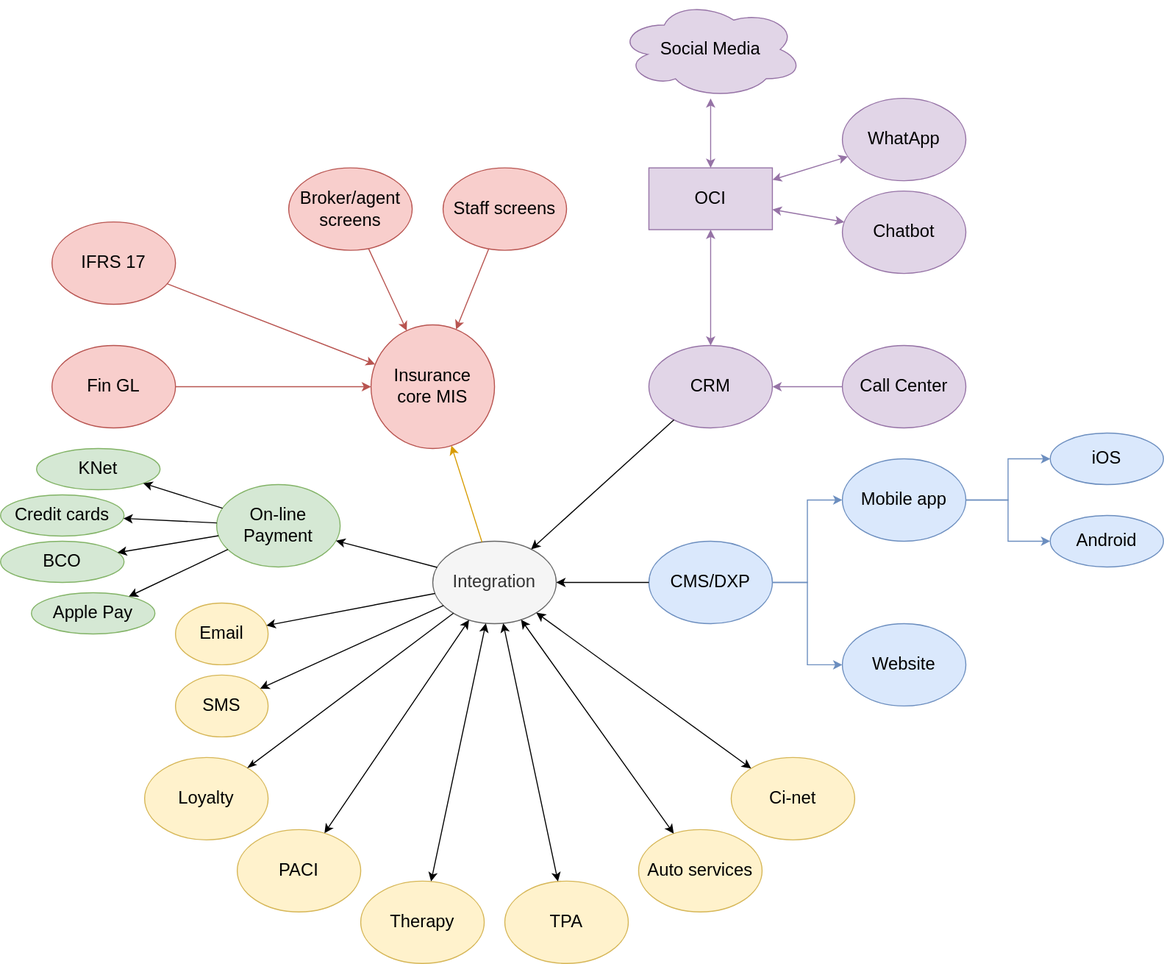
Earlier version of the draw.io export Astra Components(3).drawio.svg (computerchi/athome). Source tidied: cells renumbered, new cells last; positions are measured from the earlier drawing's top-left corner, leaving out a move shared by most shapes.
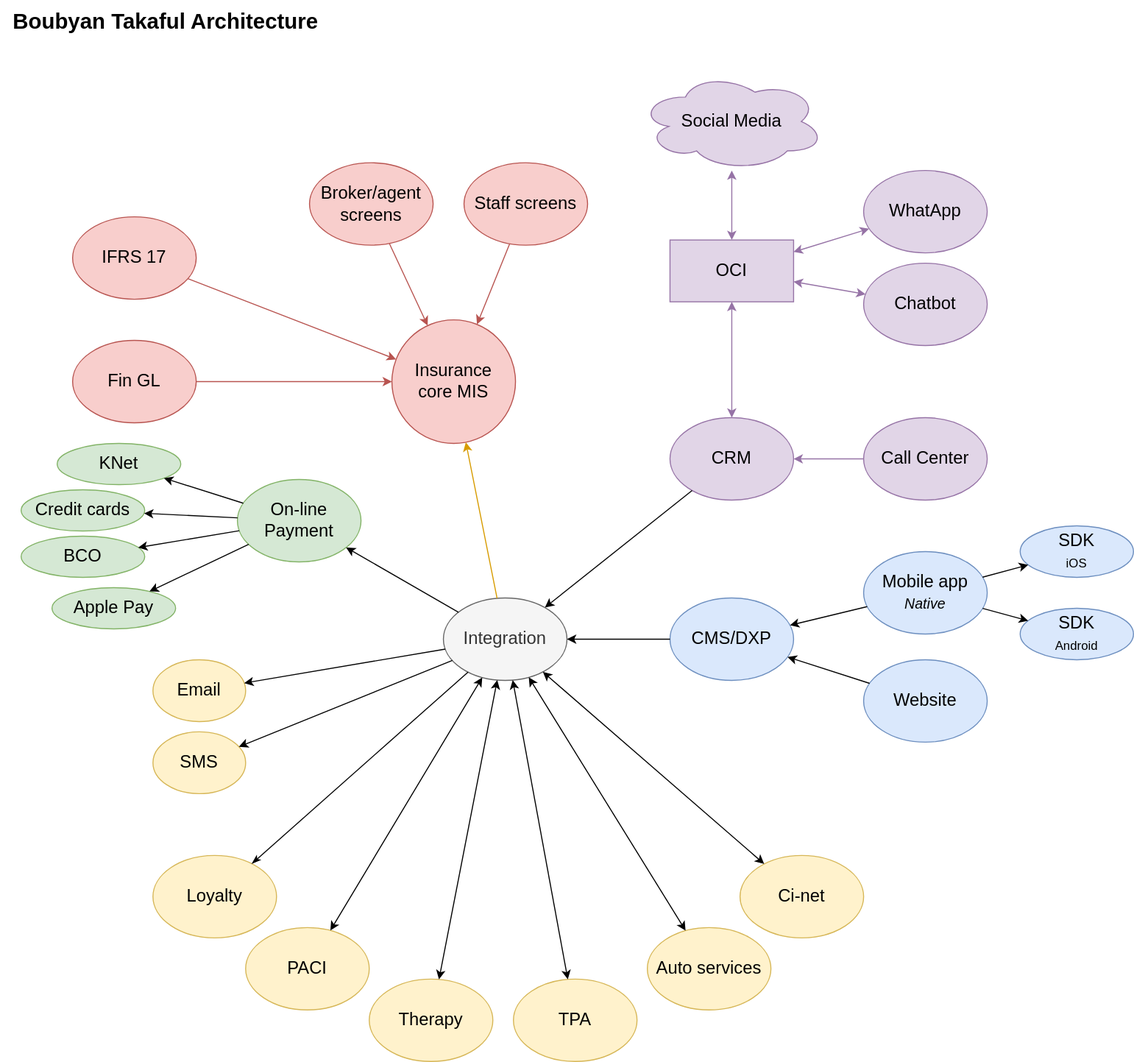
After the commit.

The edit, as a diff of the source:
```diff
@@ -9,7 +9,7 @@
       <mxGeometry x="360" y="315" width="120" height="120" as="geometry" />
     </mxCell>
     <mxCell id="4" value="Integration" style="ellipse;whiteSpace=wrap;html=1;fillColor=#f5f5f5;strokeColor=#666666;fontSize=17;fontColor=#333333;" parent="1" vertex="1">
-      <mxGeometry x="420" y="525" width="120" height="80" as="geometry" />
+      <mxGeometry x="410" y="585" width="120" height="80" as="geometry" />
     </mxCell>
     <mxCell id="5" value="Fin GL" style="ellipse;whiteSpace=wrap;html=1;fillColor=#f8cecc;strokeColor=#b85450;fontSize=17;" parent="1" vertex="1">
       <mxGeometry x="50" y="335" width="120" height="80" as="geometry" />
@@ -18,7 +18,7 @@
       <mxGeometry x="50" y="215" width="120" height="80" as="geometry" />
     </mxCell>
     <mxCell id="7" value="CRM" style="ellipse;whiteSpace=wrap;html=1;fillColor=#e1d5e7;strokeColor=#9673a6;fontSize=17;" parent="1" vertex="1">
-      <mxGeometry x="630" y="335" width="120" height="80" as="geometry" />
+      <mxGeometry x="630" y="410" width="120" height="80" as="geometry" />
     </mxCell>
     <mxCell id="8" value="Broker/agent screens" style="ellipse;whiteSpace=wrap;html=1;fillColor=#f8cecc;strokeColor=#b85450;fontSize=17;" parent="1" vertex="1">
       <mxGeometry x="280" y="162.5" width="120" height="80" as="geometry" />
@@ -42,16 +42,16 @@
       <mxGeometry relative="1" as="geometry" />
     </mxCell>
     <mxCell id="15" value="Call Center" style="ellipse;whiteSpace=wrap;html=1;fillColor=#e1d5e7;strokeColor=#9673a6;fontSize=17;" parent="1" vertex="1">
-      <mxGeometry x="818" y="335" width="120" height="80" as="geometry" />
+      <mxGeometry x="818" y="410" width="120" height="80" as="geometry" />
     </mxCell>
     <mxCell id="16" style="endArrow=classic;html=1;rounded=0;fillColor=#e1d5e7;strokeColor=#9673a6;fontSize=17;" parent="1" edge="1" source="15" target="7">
       <mxGeometry relative="1" as="geometry" />
     </mxCell>
     <mxCell id="17" value="OCI" style="shape=rectangle;perimeter=rectanglePerimeter;whiteSpace=wrap;html=1;fixedSize=1;fillColor=#e1d5e7;strokeColor=#9673a6;fontSize=17;" parent="1" vertex="1">
-      <mxGeometry x="630" y="162.5" width="120" height="60" as="geometry" />
+      <mxGeometry x="630" y="237.5" width="120" height="60" as="geometry" />
     </mxCell>
     <mxCell id="18" value="Chatbot" style="ellipse;whiteSpace=wrap;html=1;fillColor=#e1d5e7;strokeColor=#9673a6;fontSize=17;" parent="1" vertex="1">
-      <mxGeometry x="818" y="185" width="120" height="80" as="geometry" />
+      <mxGeometry x="818" y="260" width="120" height="80" as="geometry" />
     </mxCell>
     <mxCell id="19" style="endArrow=classic;startArrow=classic;html=1;rounded=0;fillColor=#e1d5e7;strokeColor=#9673a6;fontSize=17;" parent="1" edge="1" source="17" target="18">
       <mxGeometry relative="1" as="geometry" />
@@ -60,31 +60,25 @@
       <mxGeometry relative="1" as="geometry" />
     </mxCell>
     <mxCell id="21" value="Social Media" style="ellipse;shape=cloud;whiteSpace=wrap;html=1;fillColor=#e1d5e7;strokeColor=#9673a6;fontSize=17;" parent="1" vertex="1">
-      <mxGeometry x="600" width="180" height="95" as="geometry" />
+      <mxGeometry x="600" y="75" width="180" height="95" as="geometry" />
     </mxCell>
     <mxCell id="22" style="endArrow=classic;startArrow=classic;html=1;rounded=0;fillColor=#e1d5e7;strokeColor=#9673a6;fontSize=17;" parent="1" edge="1" source="17" target="21">
       <mxGeometry relative="1" as="geometry" />
     </mxCell>
     <mxCell id="23" value="Therapy" style="ellipse;whiteSpace=wrap;html=1;fillColor=#fff2cc;strokeColor=#d6b656;fontSize=17;" parent="1" vertex="1">
-      <mxGeometry x="350" y="855" width="120" height="80" as="geometry" />
+      <mxGeometry x="338" y="955" width="120" height="80" as="geometry" />
     </mxCell>
     <mxCell id="24" style="endArrow=classic;html=1;rounded=0;fontSize=17;startArrow=classic;startFill=1;" parent="1" edge="1" source="23" target="4">
       <mxGeometry relative="1" as="geometry" />
     </mxCell>
-    <mxCell id="25" style="edgeStyle=orthogonalEdgeStyle;rounded=0;jettySize=auto;html=1;fillColor=#dae8fc;strokeColor=#6c8ebf;" parent="1" edge="1" source="27" target="43">
-      <mxGeometry relative="1" as="geometry" />
-    </mxCell>
-    <mxCell id="26" style="edgeStyle=orthogonalEdgeStyle;rounded=0;jettySize=auto;html=1;fillColor=#dae8fc;strokeColor=#6c8ebf;" parent="1" edge="1" source="27" target="46">
-      <mxGeometry relative="1" as="geometry" />
-    </mxCell>
     <mxCell id="27" value="CMS/DXP" style="ellipse;whiteSpace=wrap;html=1;fillColor=#dae8fc;strokeColor=#6c8ebf;fontSize=17;" parent="1" vertex="1">
-      <mxGeometry x="630" y="525" width="120" height="80" as="geometry" />
+      <mxGeometry x="630" y="585" width="120" height="80" as="geometry" />
     </mxCell>
     <mxCell id="28" style="endArrow=classic;html=1;rounded=0;fontSize=17;" parent="1" edge="1" source="27" target="4">
       <mxGeometry relative="1" as="geometry" />
     </mxCell>
     <mxCell id="29" value="&lt;div&gt;TPA&lt;/div&gt;" style="ellipse;whiteSpace=wrap;html=1;fillColor=#fff2cc;strokeColor=#d6b656;fontSize=17;" parent="1" vertex="1">
-      <mxGeometry x="490" y="855" width="120" height="80" as="geometry" />
+      <mxGeometry x="478" y="955" width="120" height="80" as="geometry" />
     </mxCell>
     <mxCell id="30" style="endArrow=classic;html=1;rounded=0;fontSize=17;startArrow=classic;startFill=1;" parent="1" edge="1" source="29" target="4">
       <mxGeometry relative="1" as="geometry" />
@@ -93,10 +87,10 @@
       <mxGeometry x="210" y="470" width="120" height="80" as="geometry" />
     </mxCell>
     <mxCell id="32" value="Email" style="ellipse;whiteSpace=wrap;html=1;fillColor=#fff2cc;strokeColor=#d6b656;fontSize=17;" parent="1" vertex="1">
-      <mxGeometry x="170" y="585" width="90" height="60" as="geometry" />
+      <mxGeometry x="128" y="645" width="90" height="60" as="geometry" />
     </mxCell>
     <mxCell id="33" value="SMS" style="ellipse;whiteSpace=wrap;html=1;fillColor=#fff2cc;strokeColor=#d6b656;fontSize=17;" parent="1" vertex="1">
-      <mxGeometry x="170" y="655" width="90" height="60" as="geometry" />
+      <mxGeometry x="128" y="715" width="90" height="60" as="geometry" />
     </mxCell>
     <mxCell id="34" style="endArrow=classic;html=1;rounded=0;fontSize=17;startArrow=none;startFill=0;endFill=1;" parent="1" edge="1" source="4" target="32">
       <mxGeometry relative="1" as="geometry" />
@@ -108,43 +102,37 @@
       <mxGeometry relative="1" as="geometry" />
     </mxCell>
     <mxCell id="37" value="WhatApp" style="ellipse;whiteSpace=wrap;html=1;fillColor=#e1d5e7;strokeColor=#9673a6;fontSize=17;" parent="1" vertex="1">
-      <mxGeometry x="818" y="95" width="120" height="80" as="geometry" />
+      <mxGeometry x="818" y="170" width="120" height="80" as="geometry" />
     </mxCell>
     <mxCell id="38" style="endArrow=classic;startArrow=classic;html=1;rounded=0;fillColor=#e1d5e7;strokeColor=#9673a6;fontSize=17;" parent="1" edge="1" source="17" target="37">
       <mxGeometry relative="1" as="geometry" />
     </mxCell>
     <mxCell id="39" value="Loyalty" style="ellipse;whiteSpace=wrap;html=1;fillColor=#fff2cc;strokeColor=#d6b656;fontSize=17;" parent="1" vertex="1">
-      <mxGeometry x="140" y="735" width="120" height="80" as="geometry" />
+      <mxGeometry x="128" y="835" width="120" height="80" as="geometry" />
     </mxCell>
     <mxCell id="40" style="endArrow=none;html=1;rounded=0;startArrow=classicThin;startFill=1;endFill=0;" parent="1" edge="1" source="39" target="4">
       <mxGeometry relative="1" as="geometry" />
     </mxCell>
     <mxCell id="41" value="PACI" style="ellipse;whiteSpace=wrap;html=1;fillColor=#fff2cc;strokeColor=#d6b656;fontSize=17;" parent="1" vertex="1">
-      <mxGeometry x="230" y="805" width="120" height="80" as="geometry" />
+      <mxGeometry x="218" y="905" width="120" height="80" as="geometry" />
     </mxCell>
     <mxCell id="42" style="endArrow=classic;html=1;rounded=0;startArrow=classic;startFill=1;" parent="1" edge="1" source="41" target="4">
       <mxGeometry relative="1" as="geometry" />
     </mxCell>
     <mxCell id="43" value="Website" style="ellipse;whiteSpace=wrap;html=1;fillColor=#dae8fc;strokeColor=#6c8ebf;fontSize=17;" parent="1" vertex="1">
-      <mxGeometry x="818" y="605" width="120" height="80" as="geometry" />
+      <mxGeometry x="818" y="645" width="120" height="80" as="geometry" />
     </mxCell>
-    <mxCell id="44" style="edgeStyle=orthogonalEdgeStyle;rounded=0;jettySize=auto;html=1;fillColor=#dae8fc;strokeColor=#6c8ebf;" parent="1" edge="1" source="46" target="47">
-      <mxGeometry relative="1" as="geometry" />
-    </mxCell>
-    <mxCell id="45" style="edgeStyle=orthogonalEdgeStyle;rounded=0;jettySize=auto;html=1;fillColor=#dae8fc;strokeColor=#6c8ebf;" parent="1" edge="1" source="46" target="48">
-      <mxGeometry relative="1" as="geometry" />
-    </mxCell>
-    <mxCell id="46" value="Mobile app" style="ellipse;whiteSpace=wrap;html=1;fillColor=#dae8fc;strokeColor=#6c8ebf;fontSize=17;" parent="1" vertex="1">
-      <mxGeometry x="818" y="445" width="120" height="80" as="geometry" />
+    <mxCell id="46" value="&lt;div&gt;Mobile app&lt;/div&gt;&lt;div&gt;&lt;font size=&quot;1&quot;&gt;&lt;i style=&quot;font-size: 14px;&quot;&gt;Native&lt;/i&gt;&lt;/font&gt;&lt;br&gt;&lt;/div&gt;" style="ellipse;whiteSpace=wrap;html=1;fillColor=#dae8fc;strokeColor=#6c8ebf;fontSize=17;" parent="1" vertex="1">
+      <mxGeometry x="818" y="540" width="120" height="80" as="geometry" />
     </mxCell>
-    <mxCell id="47" value="iOS" style="ellipse;whiteSpace=wrap;html=1;fillColor=#dae8fc;strokeColor=#6c8ebf;fontSize=17;" parent="1" vertex="1">
-      <mxGeometry x="1020" y="420" width="110" height="50" as="geometry" />
+    <mxCell id="47" value="&lt;div&gt;SDK&lt;/div&gt;&lt;div&gt;&lt;font style=&quot;font-size: 12px;&quot;&gt;iOS&lt;/font&gt;&lt;br&gt;&lt;/div&gt;" style="ellipse;whiteSpace=wrap;html=1;fillColor=#dae8fc;strokeColor=#6c8ebf;fontSize=17;" parent="1" vertex="1">
+      <mxGeometry x="970" y="515" width="110" height="50" as="geometry" />
     </mxCell>
-    <mxCell id="48" value="Android" style="ellipse;whiteSpace=wrap;html=1;fillColor=#dae8fc;strokeColor=#6c8ebf;fontSize=17;" parent="1" vertex="1">
-      <mxGeometry x="1020" y="500" width="110" height="50" as="geometry" />
+    <mxCell id="48" value="&lt;div&gt;SDK&lt;/div&gt;&lt;div&gt;&lt;font style=&quot;font-size: 12px;&quot;&gt;Android&lt;/font&gt;&lt;br&gt;&lt;/div&gt;" style="ellipse;whiteSpace=wrap;html=1;fillColor=#dae8fc;strokeColor=#6c8ebf;fontSize=17;" parent="1" vertex="1">
+      <mxGeometry x="970" y="595" width="110" height="50" as="geometry" />
     </mxCell>
     <mxCell id="49" value="Auto services" style="ellipse;whiteSpace=wrap;html=1;fillColor=#fff2cc;strokeColor=#d6b656;fontSize=17;" parent="1" vertex="1">
-      <mxGeometry x="620" y="805" width="120" height="80" as="geometry" />
+      <mxGeometry x="608" y="905" width="120" height="80" as="geometry" />
     </mxCell>
     <mxCell id="50" style="endArrow=classic;html=1;rounded=0;startArrow=classic;startFill=1;" parent="1" edge="1" source="49" target="4">
       <mxGeometry relative="1" as="geometry" />
@@ -174,10 +162,25 @@
       <mxGeometry relative="1" as="geometry" />
     </mxCell>
     <mxCell id="59" value="Ci-net" style="ellipse;whiteSpace=wrap;html=1;fillColor=#fff2cc;strokeColor=#d6b656;fontSize=17;" parent="1" vertex="1">
-      <mxGeometry x="710" y="735" width="120" height="80" as="geometry" />
+      <mxGeometry x="698" y="835" width="120" height="80" as="geometry" />
     </mxCell>
     <mxCell id="60" style="endArrow=classic;html=1;rounded=0;fontSize=17;startArrow=classic;startFill=1;" parent="1" edge="1" source="59" target="4">
       <mxGeometry relative="1" as="geometry" />
     </mxCell>
+    <mxCell id="61" value="&lt;span&gt;&lt;font style=&quot;font-size: 21px;&quot;&gt;&lt;b&gt;Boubyan Takaful Architecture&lt;br&gt;&lt;/b&gt;&lt;/font&gt;&lt;/span&gt;" style="text;html=1;align=center;verticalAlign=middle;fillColor=none;strokeColor=none;rounded=0;fontStyle=0;" parent="1" vertex="1">
+      <mxGeometry x="-20" y="5" width="320" height="40" as="geometry" />
+    </mxCell>
+    <mxCell id="44" style="endArrow=classic;html=1;rounded=0;fontSize=12;" parent="1" edge="1" source="46" target="47">
+      <mxGeometry relative="1" as="geometry" />
+    </mxCell>
+    <mxCell id="45" style="endArrow=classic;html=1;rounded=0;fontSize=12;" parent="1" edge="1" source="46" target="48">
+      <mxGeometry relative="1" as="geometry" />
+    </mxCell>
+    <mxCell id="62" style="endArrow=classic;html=1;rounded=0;fontSize=12;" parent="1" edge="1" source="46" target="27">
+      <mxGeometry relative="1" as="geometry" />
+    </mxCell>
+    <mxCell id="63" style="endArrow=classic;html=1;rounded=0;fontSize=12;" parent="1" edge="1" source="43" target="27">
+      <mxGeometry relative="1" as="geometry" />
+    </mxCell>
   </root>
 </mxGraphModel>
```
